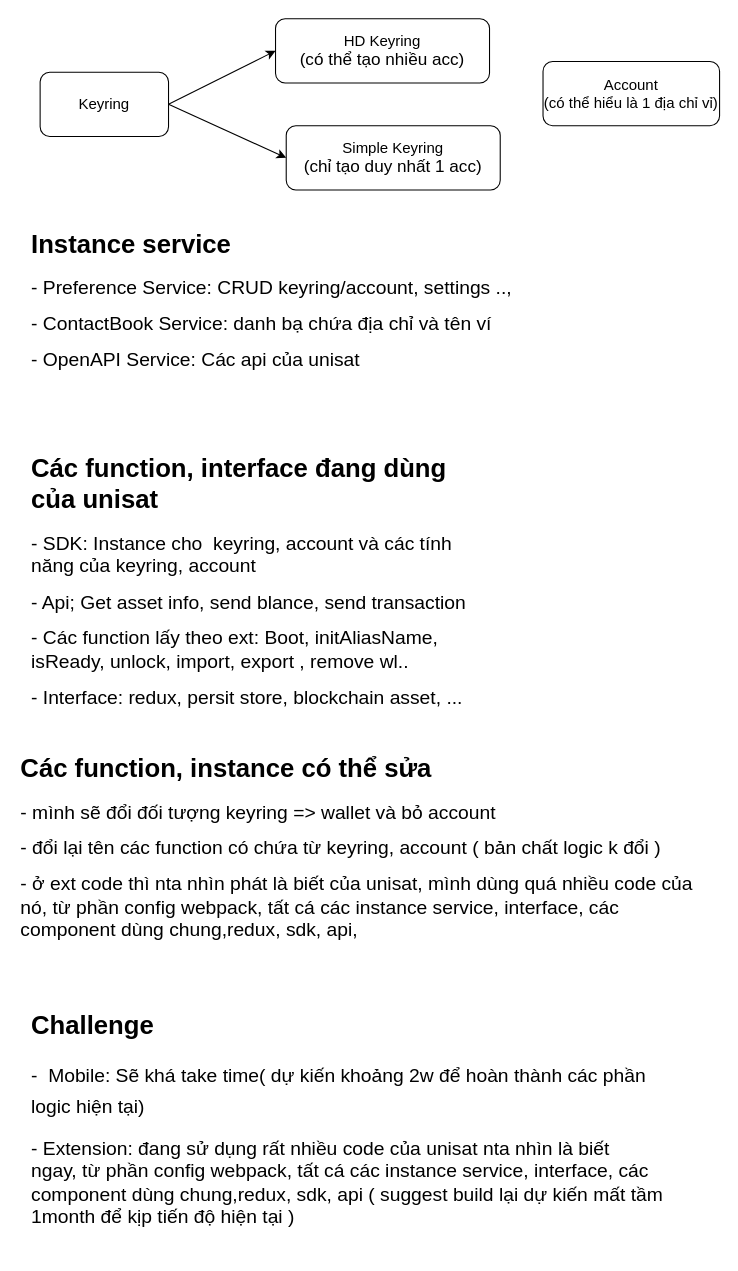
vinhmh/blockchain keeps this draw.io diagram as Biểu đồ không có tiêu đề.drawio. Above is the earlier version. Source tidied: cells renumbered, new cells numbered last; positions are measured from the earlier drawing's top-left corner, leaving out a move shared by most shapes. Both pictures are drawn from the tidied source at 107%, with x=0, y=0 at pixel (18, 18).
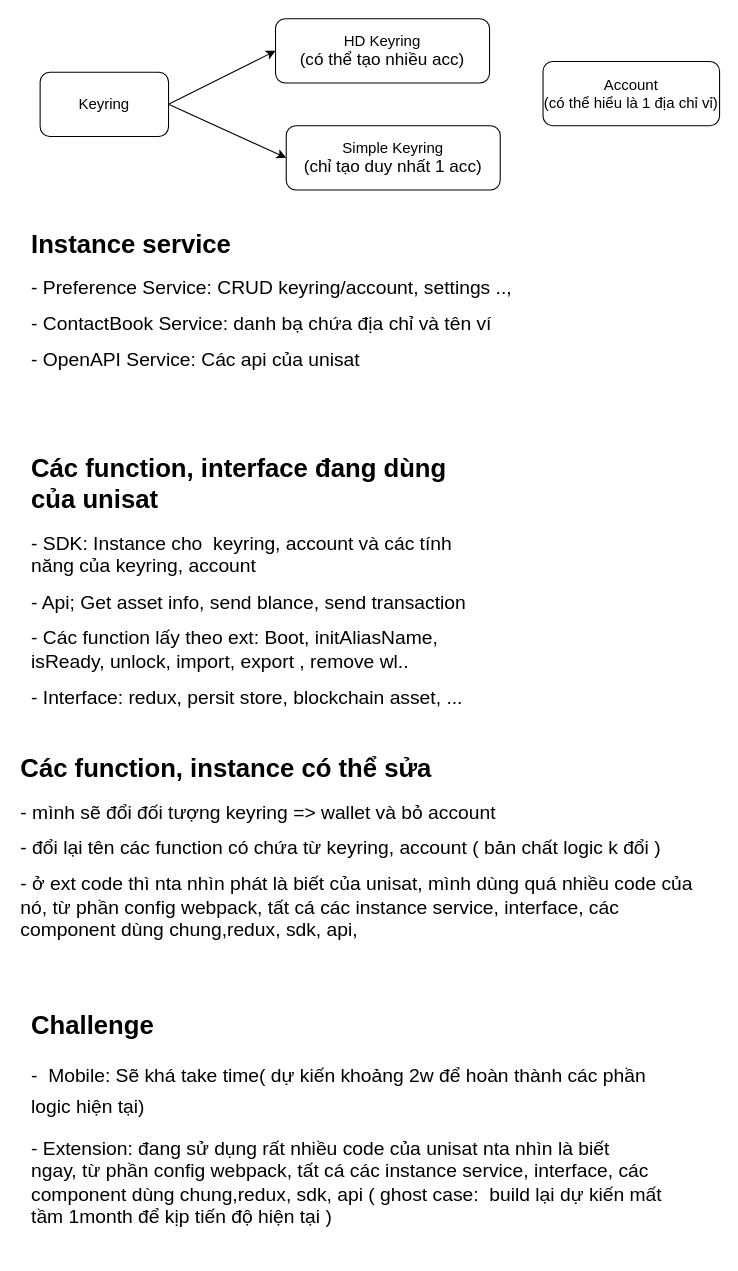
After the change.

Diff of the diagram source:
```diff
@@
 <mxGraphModel>
   <root>
     <mxCell id="0" />
     <mxCell id="1" parent="0" />
     <mxCell id="2" value="&lt;font style=&quot;font-size: 14px;&quot;&gt;Keyring&lt;/font&gt;" style="rounded=1;whiteSpace=wrap;html=1;" parent="1" vertex="1">
       <mxGeometry x="20" y="50" width="120" height="60" as="geometry" />
     </mxCell>
     <mxCell id="3" value="&lt;font style=&quot;font-size: 14px;&quot;&gt;HD Keyring&lt;/font&gt;&lt;div&gt;&lt;font size=&quot;3&quot;&gt;(có thể tạo nhiều acc)&lt;/font&gt;&lt;/div&gt;" style="rounded=1;whiteSpace=wrap;html=1;" parent="1" vertex="1">
       <mxGeometry x="240" width="200" height="60" as="geometry" />
     </mxCell>
     <mxCell id="4" value="&lt;font style=&quot;font-size: 14px;&quot;&gt;Simple Keyring&lt;/font&gt;&lt;div&gt;&lt;font size=&quot;3&quot;&gt;(chỉ tạo duy nhất 1 acc)&lt;/font&gt;&lt;/div&gt;" style="rounded=1;whiteSpace=wrap;html=1;" parent="1" vertex="1">
       <mxGeometry x="250" y="100" width="200" height="60" as="geometry" />
     </mxCell>
     <mxCell id="5" value="&lt;font style=&quot;font-size: 14px;&quot;&gt;Account&lt;br&gt;(có thể hiểu là 1 địa chỉ vỉ)&lt;/font&gt;" style="rounded=1;whiteSpace=wrap;html=1;" parent="1" vertex="1">
       <mxGeometry x="490" y="40" width="165" height="60" as="geometry" />
     </mxCell>
     <mxCell id="6" value="&lt;h1 style=&quot;margin-top: 0px;&quot;&gt;Các function, interface đang dùng của unisat&lt;/h1&gt;&lt;p&gt;&lt;font style=&quot;font-size: 18px;&quot;&gt;- SDK: Instance cho&amp;nbsp; keyring, account và các tính năng của keyring, account&lt;/font&gt;&lt;/p&gt;&lt;p&gt;&lt;font style=&quot;font-size: 18px;&quot;&gt;- Api; Get asset info, send blance, send transaction&lt;/font&gt;&lt;/p&gt;&lt;p&gt;&lt;font style=&quot;font-size: 18px;&quot;&gt;- Các function lấy theo ext: Boot, initAliasName, isReady, unlock, import, export , remove wl..&lt;/font&gt;&lt;/p&gt;&lt;p&gt;&lt;font style=&quot;font-size: 18px;&quot;&gt;- Interface: redux, persit store, blockchain asset, ...&lt;/font&gt;&lt;/p&gt;" style="text;html=1;whiteSpace=wrap;overflow=hidden;rounded=0;" parent="1" vertex="1">
       <mxGeometry x="10" y="400" width="430" height="250" as="geometry" />
     </mxCell>
     <mxCell id="7" style="endArrow=classic;html=1;rounded=0;exitX=1;exitY=0.5;exitDx=0;exitDy=0;entryX=0;entryY=0.5;entryDx=0;entryDy=0;" parent="1" edge="1" source="2" target="3">
       <mxGeometry relative="1" as="geometry" />
     </mxCell>
     <mxCell id="8" style="endArrow=classic;html=1;rounded=0;exitX=1;exitY=0.5;exitDx=0;exitDy=0;entryX=0;entryY=0.5;entryDx=0;entryDy=0;" parent="1" edge="1" source="2" target="4">
       <mxGeometry relative="1" as="geometry" />
     </mxCell>
     <mxCell id="9" value="&lt;h1 style=&quot;margin-top: 0px;&quot;&gt;Các function, instance có thể sửa&lt;/h1&gt;&lt;p&gt;&lt;font style=&quot;font-size: 18px;&quot;&gt;- mình sẽ đổi đối tượng keyring =&amp;gt; wallet và bỏ account&lt;/font&gt;&lt;/p&gt;&lt;p&gt;&lt;font style=&quot;font-size: 18px;&quot;&gt;- đổi lại tên các function có chứa từ keyring, account ( bản chất logic k đổi )&lt;/font&gt;&lt;/p&gt;&lt;p&gt;&lt;font style=&quot;font-size: 18px;&quot;&gt;- ở ext code thì nta nhìn phát là biết của unisat, mình dùng quá nhiều code của nó, từ phần config webpack, tất cá các instance service, interface, các component dùng chung,redux, sdk, api,&lt;/font&gt;&lt;/p&gt;" style="text;html=1;whiteSpace=wrap;overflow=hidden;rounded=0;" parent="1" vertex="1">
       <mxGeometry y="680" width="640" height="200" as="geometry" />
     </mxCell>
     <mxCell id="10" value="&lt;h1 style=&quot;margin-top: 0px;&quot;&gt;Instance service&lt;/h1&gt;&lt;p&gt;&lt;font style=&quot;font-size: 18px;&quot;&gt;- Preference Service: CRUD keyring/account, settings ..,&lt;/font&gt;&lt;/p&gt;&lt;p&gt;&lt;font style=&quot;font-size: 18px;&quot;&gt;- ContactBook Service: danh bạ chứa địa chỉ và tên ví&lt;/font&gt;&lt;/p&gt;&lt;p&gt;&lt;font style=&quot;font-size: 18px;&quot;&gt;- OpenAPI Service: Các api của unisat&lt;/font&gt;&lt;/p&gt;" style="text;html=1;whiteSpace=wrap;overflow=hidden;rounded=0;" parent="1" vertex="1">
       <mxGeometry x="10" y="190" width="470" height="175" as="geometry" />
     </mxCell>
-    <mxCell id="11" value="&lt;h1 style=&quot;margin-top: 0px;&quot;&gt;Challenge&lt;/h1&gt;&lt;h1 style=&quot;margin-top: 0px;&quot;&gt;&lt;span style=&quot;background-color: initial; font-weight: normal;&quot;&gt;&lt;font style=&quot;font-size: 18px;&quot;&gt;-&amp;nbsp; Mobile: Sẽ khá take time( dự kiến khoảng 2w để hoàn thành các phần logic hiện tại)&lt;/font&gt;&lt;/span&gt;&lt;/h1&gt;&lt;div&gt;&lt;span style=&quot;font-size: 18px;&quot;&gt;- Extension: đang sử dụng rất nhiều code của unisat nta nhìn là biết ngay,&amp;nbsp;&lt;/span&gt;&lt;span style=&quot;font-size: 18px; background-color: initial;&quot;&gt;từ phần config webpack, tất cá các instance service, interface, các component dùng chung,redux, sdk, api ( suggest build lại dự kiến mất tầm 1month để kịp tiến độ hiện tại )&lt;/span&gt;&lt;/div&gt;" style="text;html=1;whiteSpace=wrap;overflow=hidden;rounded=0;" parent="1" vertex="1">
+    <mxCell id="11" value="&lt;h1 style=&quot;margin-top: 0px;&quot;&gt;Challenge&lt;/h1&gt;&lt;h1 style=&quot;margin-top: 0px;&quot;&gt;&lt;span style=&quot;background-color: initial; font-weight: normal;&quot;&gt;&lt;font style=&quot;font-size: 18px;&quot;&gt;-&amp;nbsp; Mobile: Sẽ khá take time( dự kiến khoảng 2w để hoàn thành các phần logic hiện tại)&lt;/font&gt;&lt;/span&gt;&lt;/h1&gt;&lt;div&gt;&lt;span style=&quot;font-size: 18px;&quot;&gt;- Extension: đang sử dụng rất nhiều code của unisat nta nhìn là biết ngay,&amp;nbsp;&lt;/span&gt;&lt;span style=&quot;font-size: 18px; background-color: initial;&quot;&gt;từ phần config webpack, tất cá các instance service, interface, các component dùng chung,redux, sdk, api ( ghost case:&amp;nbsp; build lại dự kiến mất tầm 1month để kịp tiến độ hiện tại )&lt;/span&gt;&lt;/div&gt;" style="text;html=1;whiteSpace=wrap;overflow=hidden;rounded=0;" parent="1" vertex="1">
       <mxGeometry x="10" y="920" width="600" height="230" as="geometry" />
     </mxCell>
   </root>
 </mxGraphModel>
```
